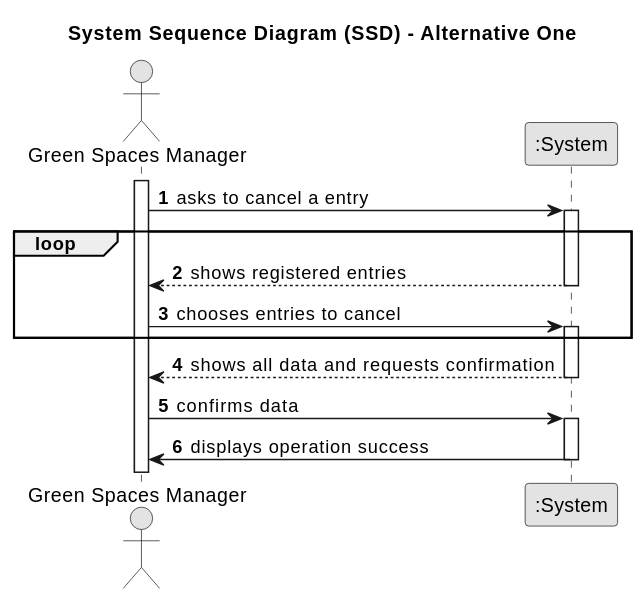
diogoveirospro/lei-24-s2-1dg-g072 keeps this PlantUML diagram as docs/sprintC/us025/01.requirements-engineering/svg/us025-system-sequence-diagram-alternative-one.svg. Above is the earlier version. Its diagram source:
```plantuml
@startuml
skinparam monochrome true
skinparam packageStyle rectangle
skinparam shadowing false

title System Sequence Diagram (SSD) - Alternative One

autonumber

actor "Green Spaces Manager" as Employee
participant ":System" as System

activate Employee

    Employee -> System : asks to cancel a entry
    activate System

loop
        System --> Employee : shows registered entries
    deactivate System

    Employee -> System : chooses entries to cancel
    activate System

end
    System --> Employee : shows all data and requests confirmation
    deactivate System
   Employee -> System : confirms data
   activate System
        System -> Employee : displays operation success
    deactivate System
@enduml
```
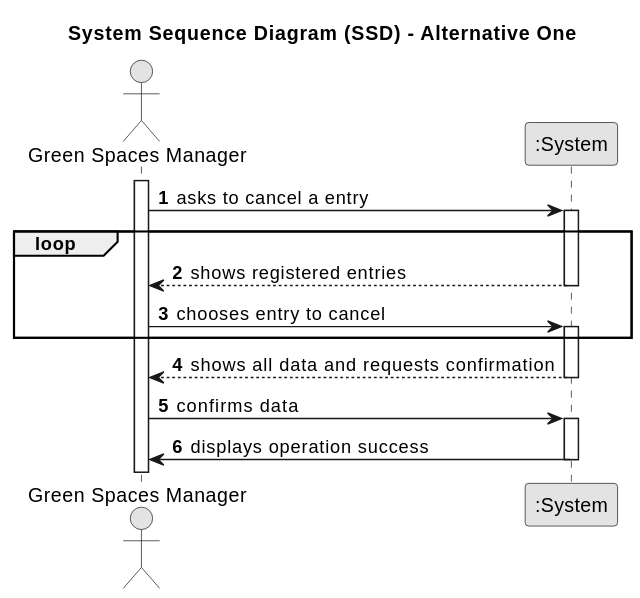
Above is the later version.

What changed in the source:
```diff
@@ -19,7 +19,7 @@
         System --> Employee : shows registered entries
     deactivate System
 
-    Employee -> System : chooses entries to cancel
+    Employee -> System : chooses entry to cancel
     activate System
 
 end
```
